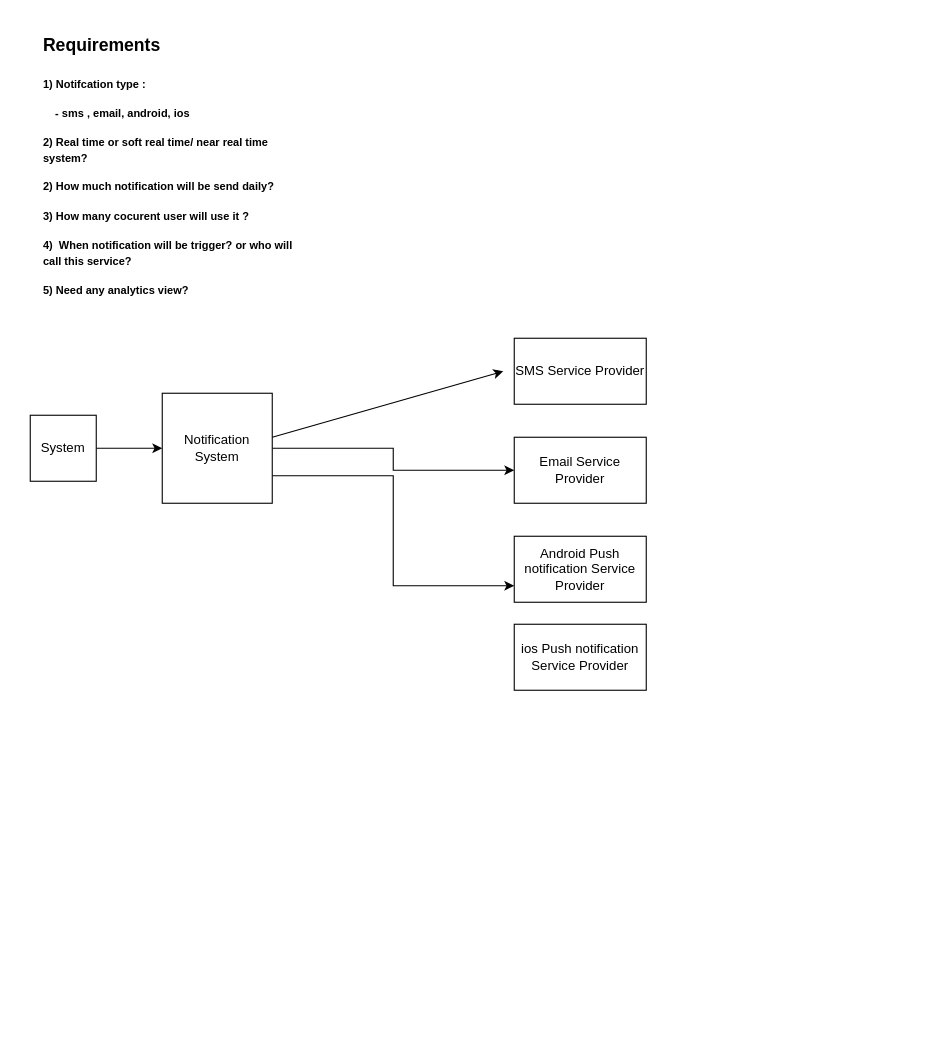
Above: Design a Notification Service.drawio in bappimazumder/system-design (draw.io), before the change. Source tidied: cells renumbered, new cells numbered last; positions are measured from the earlier drawing's top-left corner, leaving out a move shared by most shapes. Both pictures are drawn from the tidied source at 110%, with x=0, y=0 at pixel (30, 19).
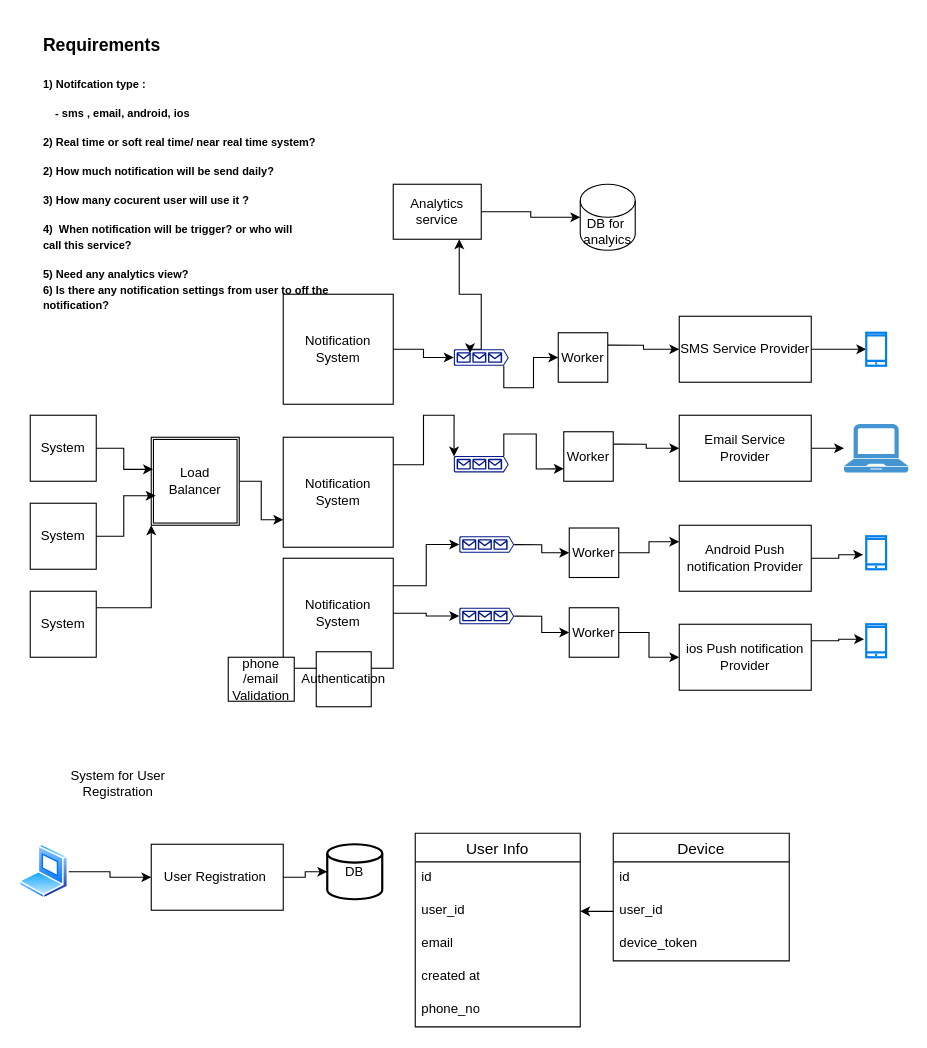
The same diagram, later.

Unchanged cells that the change refers to:
```xml
<mxCell id="3" value="System" style="whiteSpace=wrap;html=1;" parent="1" vertex="1">
  <mxGeometry y="360" width="60" height="60" as="geometry" />
</mxCell>
```

What changed in the source:
```diff
@@
-    <mxCell id="2" style="edgeStyle=orthogonalEdgeStyle;rounded=0;jettySize=auto;html=1;exitX=1;exitY=0.5;exitDx=0;exitDy=0;entryX=0;entryY=0.5;entryDx=0;entryDy=0;" parent="1" edge="1" source="3" target="6">
-      <mxGeometry relative="1" as="geometry" />
-    </mxCell>
@@
-    <mxCell id="4" style="edgeStyle=orthogonalEdgeStyle;rounded=0;jettySize=auto;html=1;entryX=0;entryY=0.5;entryDx=0;entryDy=0;" parent="1" edge="1" source="6" target="9">
-      <mxGeometry relative="1" as="geometry" />
-    </mxCell>
-    <mxCell id="5" style="edgeStyle=orthogonalEdgeStyle;rounded=0;jettySize=auto;html=1;exitX=1;exitY=0.75;exitDx=0;exitDy=0;entryX=0;entryY=0.75;entryDx=0;entryDy=0;" parent="1" edge="1" source="6" target="8">
-      <mxGeometry relative="1" as="geometry" />
-    </mxCell>
     <mxCell id="6" value="Notification System" style="whiteSpace=wrap;html=1;" parent="1" vertex="1">
-      <mxGeometry x="120" y="340" width="100" height="100" as="geometry" />
+      <mxGeometry x="230" y="380" width="100" height="100" as="geometry" />
     </mxCell>
+    <mxCell id="13" style="edgeStyle=orthogonalEdgeStyle;rounded=0;jettySize=auto;html=1;exitX=1;exitY=0.5;exitDx=0;exitDy=0;" parent="1" edge="1" source="7" target="15">
+      <mxGeometry relative="1" as="geometry" />
+    </mxCell>
     <mxCell id="7" value="SMS Service Provider" style="rounded=0;whiteSpace=wrap;html=1;" parent="1" vertex="1">
-      <mxGeometry x="440" y="290" width="120" height="60" as="geometry" />
+      <mxGeometry x="590" y="270" width="120" height="60" as="geometry" />
     </mxCell>
-    <mxCell id="8" value="Android Push notification Service Provider" style="rounded=0;whiteSpace=wrap;html=1;" parent="1" vertex="1">
-      <mxGeometry x="440" y="470" width="120" height="60" as="geometry" />
+    <mxCell id="8" value="Android Push notification Provider" style="rounded=0;whiteSpace=wrap;html=1;" parent="1" vertex="1">
+      <mxGeometry x="590" y="460" width="120" height="60" as="geometry" />
     </mxCell>
+    <mxCell id="14" style="edgeStyle=orthogonalEdgeStyle;rounded=0;jettySize=auto;html=1;exitX=1;exitY=0.5;exitDx=0;exitDy=0;" parent="1" edge="1" source="9" target="16">
+      <mxGeometry relative="1" as="geometry" />
+    </mxCell>
     <mxCell id="9" value="Email Service Provider" style="rounded=0;whiteSpace=wrap;html=1;" parent="1" vertex="1">
-      <mxGeometry x="440" y="380" width="120" height="60" as="geometry" />
+      <mxGeometry x="590" y="360" width="120" height="60" as="geometry" />
     </mxCell>
-    <mxCell id="10" value="ios Push notification Service Provider" style="rounded=0;whiteSpace=wrap;html=1;" parent="1" vertex="1">
-      <mxGeometry x="440" y="550" width="120" height="60" as="geometry" />
+    <mxCell id="10" value="ios Push notification Provider" style="rounded=0;whiteSpace=wrap;html=1;" parent="1" vertex="1">
+      <mxGeometry x="590" y="550" width="120" height="60" as="geometry" />
     </mxCell>
-    <mxCell id="11" value="&lt;h1 style=&quot;margin-top: 0px;&quot;&gt;&lt;font style=&quot;font-size: 16px;&quot;&gt;Requirements&lt;/font&gt;&lt;/h1&gt;&lt;p&gt;&lt;font style=&quot;font-size: 10px;&quot;&gt;&lt;b&gt;1) Notifcation type :&amp;nbsp;&lt;/b&gt;&lt;/font&gt;&lt;/p&gt;&lt;p&gt;&lt;font style=&quot;font-size: 10px;&quot;&gt;&lt;b&gt;&amp;nbsp; &amp;nbsp; - sms , email, android, ios&amp;nbsp;&lt;/b&gt;&lt;/font&gt;&lt;/p&gt;&lt;p&gt;&lt;font style=&quot;font-size: 10px;&quot;&gt;&lt;b&gt;2) Real time or soft real time/ near real time system?&lt;/b&gt;&lt;/font&gt;&lt;/p&gt;&lt;p&gt;&lt;font style=&quot;font-size: 10px;&quot;&gt;&lt;b&gt;2) How much notification will be send daily?&amp;nbsp;&lt;/b&gt;&lt;/font&gt;&lt;/p&gt;&lt;p&gt;&lt;font style=&quot;font-size: 10px;&quot;&gt;&lt;b&gt;3) How many cocurent user will use it ?&amp;nbsp;&lt;/b&gt;&lt;/font&gt;&lt;/p&gt;&lt;p&gt;&lt;font style=&quot;font-size: 10px;&quot;&gt;&lt;b&gt;4)&amp;nbsp; When notification will be trigger? or who will&amp;nbsp;&lt;br&gt;call this service?&amp;nbsp;&lt;/b&gt;&lt;/font&gt;&lt;/p&gt;&lt;p&gt;&lt;font style=&quot;font-size: 10px;&quot;&gt;&lt;b&gt;5) Need any analytics view?&amp;nbsp;&lt;/b&gt;&lt;/font&gt;&lt;/p&gt;" style="text;html=1;whiteSpace=wrap;overflow=hidden;rounded=0;" parent="1" vertex="1">
-      <mxGeometry x="10" width="240" height="260" as="geometry" />
+    <mxCell id="11" value="&lt;h1 style=&quot;margin-top: 0px;&quot;&gt;&lt;font style=&quot;font-size: 16px;&quot;&gt;Requirements&lt;/font&gt;&lt;/h1&gt;&lt;p&gt;&lt;font style=&quot;font-size: 10px;&quot;&gt;&lt;b&gt;1) Notifcation type :&amp;nbsp;&lt;/b&gt;&lt;/font&gt;&lt;/p&gt;&lt;p&gt;&lt;font style=&quot;font-size: 10px;&quot;&gt;&lt;b&gt;&amp;nbsp; &amp;nbsp; - sms , email, android, ios&amp;nbsp;&lt;/b&gt;&lt;/font&gt;&lt;/p&gt;&lt;p&gt;&lt;font style=&quot;font-size: 10px;&quot;&gt;&lt;b&gt;2) Real time or soft real time/ near real time system?&lt;/b&gt;&lt;/font&gt;&lt;/p&gt;&lt;p&gt;&lt;font style=&quot;font-size: 10px;&quot;&gt;&lt;b&gt;2) How much notification will be send daily?&amp;nbsp;&lt;/b&gt;&lt;/font&gt;&lt;/p&gt;&lt;p&gt;&lt;font style=&quot;font-size: 10px;&quot;&gt;&lt;b&gt;3) How many cocurent user will use it ?&amp;nbsp;&lt;/b&gt;&lt;/font&gt;&lt;/p&gt;&lt;p&gt;&lt;font style=&quot;font-size: 10px;&quot;&gt;&lt;b&gt;4)&amp;nbsp; When notification will be trigger? or who will&amp;nbsp;&lt;br&gt;call this service?&amp;nbsp;&lt;/b&gt;&lt;/font&gt;&lt;/p&gt;&lt;p&gt;&lt;font style=&quot;font-size: 10px;&quot;&gt;&lt;b&gt;5) Need any analytics view?&amp;nbsp;&lt;br&gt;6) Is there any notification settings from user to off the&amp;nbsp;&lt;br&gt;notification?&lt;/b&gt;&lt;/font&gt;&lt;/p&gt;" style="text;html=1;whiteSpace=wrap;overflow=hidden;rounded=0;" parent="1" vertex="1">
+      <mxGeometry x="10" width="270" height="300" as="geometry" />
     </mxCell>
-    <mxCell id="12" style="endArrow=classic;html=1;rounded=0;" parent="1" edge="1">
-      <mxGeometry relative="1" as="geometry">
-        <mxPoint x="220" y="380" as="sourcePoint" />
-        <mxPoint x="430" y="320" as="targetPoint" />
-      </mxGeometry>
-    </mxCell>
+    <mxCell id="15" style="html=1;verticalLabelPosition=bottom;align=center;labelBackgroundColor=#ffffff;verticalAlign=top;strokeWidth=2;strokeColor=#0080F0;shadow=0;dashed=0;shape=mxgraph.ios7.icons.smartphone;" parent="1" vertex="1">
+      <mxGeometry x="760" y="285" width="18" height="30" as="geometry" />
+    </mxCell>
+    <mxCell id="16" style="shadow=0;dashed=0;html=1;strokeColor=none;fillColor=#4495D1;labelPosition=center;verticalLabelPosition=bottom;verticalAlign=top;align=center;outlineConnect=0;shape=mxgraph.veeam.laptop;" parent="1" vertex="1">
+      <mxGeometry x="739.8" y="368" width="58.4" height="44" as="geometry" />
+    </mxCell>
+    <mxCell id="17" style="html=1;verticalLabelPosition=bottom;align=center;labelBackgroundColor=#ffffff;verticalAlign=top;strokeWidth=2;strokeColor=#0080F0;shadow=0;dashed=0;shape=mxgraph.ios7.icons.smartphone;" parent="1" vertex="1">
+      <mxGeometry x="760" y="470" width="18" height="30" as="geometry" />
+    </mxCell>
+    <mxCell id="18" style="html=1;verticalLabelPosition=bottom;align=center;labelBackgroundColor=#ffffff;verticalAlign=top;strokeWidth=2;strokeColor=#0080F0;shadow=0;dashed=0;shape=mxgraph.ios7.icons.smartphone;" parent="1" vertex="1">
+      <mxGeometry x="760" y="550" width="18" height="30" as="geometry" />
+    </mxCell>
+    <mxCell id="19" style="edgeStyle=orthogonalEdgeStyle;rounded=0;jettySize=auto;html=1;exitX=1;exitY=0.5;exitDx=0;exitDy=0;entryX=-0.156;entryY=0.56;entryDx=0;entryDy=0;entryPerimeter=0;" parent="1" edge="1" source="8" target="17">
+      <mxGeometry relative="1" as="geometry" />
+    </mxCell>
+    <mxCell id="20" style="edgeStyle=orthogonalEdgeStyle;rounded=0;jettySize=auto;html=1;exitX=1;exitY=0.25;exitDx=0;exitDy=0;entryX=-0.111;entryY=0.453;entryDx=0;entryDy=0;entryPerimeter=0;" parent="1" edge="1" source="10" target="18">
+      <mxGeometry relative="1" as="geometry" />
+    </mxCell>
+    <mxCell id="21" value="System" style="whiteSpace=wrap;html=1;" parent="1" vertex="1">
+      <mxGeometry y="440" width="60" height="60" as="geometry" />
+    </mxCell>
+    <mxCell id="22" style="edgeStyle=orthogonalEdgeStyle;rounded=0;jettySize=auto;html=1;exitX=1;exitY=0.25;exitDx=0;exitDy=0;entryX=0;entryY=1;entryDx=0;entryDy=0;" parent="1" edge="1" source="23" target="40">
+      <mxGeometry relative="1" as="geometry" />
+    </mxCell>
+    <mxCell id="23" value="System" style="whiteSpace=wrap;html=1;" parent="1" vertex="1">
+      <mxGeometry y="520" width="60" height="60" as="geometry" />
+    </mxCell>
+    <mxCell id="24" value="User Registration&amp;nbsp;" style="rounded=0;whiteSpace=wrap;html=1;" parent="1" vertex="1">
+      <mxGeometry x="110" y="750" width="120" height="60" as="geometry" />
+    </mxCell>
+    <mxCell id="25" style="edgeStyle=orthogonalEdgeStyle;rounded=0;jettySize=auto;html=1;entryX=0;entryY=0.5;entryDx=0;entryDy=0;" parent="1" edge="1" source="26" target="24">
+      <mxGeometry relative="1" as="geometry" />
+    </mxCell>
+    <mxCell id="26" style="image;perimeter=ellipsePerimeter;html=1;align=center;shadow=0;dashed=0;spacingTop=3;image=img/lib/active_directory/laptop_client.svg;" parent="1" vertex="1">
+      <mxGeometry x="-10" y="750" width="45" height="50" as="geometry" />
+    </mxCell>
+    <mxCell id="27" value="DB" style="strokeWidth=2;html=1;shape=mxgraph.flowchart.database;whiteSpace=wrap;" parent="1" vertex="1">
+      <mxGeometry x="270" y="750" width="50" height="50" as="geometry" />
+    </mxCell>
+    <mxCell id="28" style="edgeStyle=orthogonalEdgeStyle;rounded=0;jettySize=auto;html=1;exitX=1;exitY=0.5;exitDx=0;exitDy=0;entryX=0;entryY=0.5;entryDx=0;entryDy=0;entryPerimeter=0;" parent="1" edge="1" source="24" target="27">
+      <mxGeometry relative="1" as="geometry" />
+    </mxCell>
+    <mxCell id="29" value="User Info" style="swimlane;fontStyle=0;horizontal=1;startSize=26;align=center;fontSize=14;" parent="1" vertex="1">
+      <mxGeometry x="350" y="740" width="150" height="176" as="geometry" />
+    </mxCell>
+    <mxCell id="30" value="id&amp;nbsp;" style="text;strokeColor=none;fillColor=none;spacingLeft=4;spacingRight=4;overflow=hidden;fontSize=12;whiteSpace=wrap;html=1;" parent="29" vertex="1">
+      <mxGeometry y="26" width="150" height="30" as="geometry" />
+    </mxCell>
+    <mxCell id="31" value="user_id" style="text;strokeColor=none;fillColor=none;spacingLeft=4;spacingRight=4;overflow=hidden;points=[[0,0.5],[1,0.5]];portConstraint=eastwest;fontSize=12;whiteSpace=wrap;html=1;" parent="29" vertex="1">
+      <mxGeometry y="56" width="150" height="30" as="geometry" />
+    </mxCell>
+    <mxCell id="32" value="email" style="text;strokeColor=none;fillColor=none;spacingLeft=4;spacingRight=4;overflow=hidden;fontSize=12;whiteSpace=wrap;html=1;" parent="29" vertex="1">
+      <mxGeometry y="86" width="150" height="30" as="geometry" />
+    </mxCell>
+    <mxCell id="33" value="created at" style="text;strokeColor=none;fillColor=none;spacingLeft=4;spacingRight=4;overflow=hidden;fontSize=12;whiteSpace=wrap;html=1;" parent="29" vertex="1">
+      <mxGeometry y="116" width="150" height="30" as="geometry" />
+    </mxCell>
+    <mxCell id="34" value="phone_no" style="text;strokeColor=none;fillColor=none;spacingLeft=4;spacingRight=4;overflow=hidden;fontSize=12;whiteSpace=wrap;html=1;" parent="29" vertex="1">
+      <mxGeometry y="146" width="150" height="30" as="geometry" />
+    </mxCell>
+    <mxCell id="35" value="Device" style="swimlane;fontStyle=0;horizontal=1;startSize=26;align=center;fontSize=14;" parent="1" vertex="1">
+      <mxGeometry x="530" y="740" width="160" height="116" as="geometry" />
+    </mxCell>
+    <mxCell id="36" value="id" style="text;strokeColor=none;fillColor=none;spacingLeft=4;spacingRight=4;overflow=hidden;fontSize=12;whiteSpace=wrap;html=1;" parent="35" vertex="1">
+      <mxGeometry y="26" width="160" height="30" as="geometry" />
+    </mxCell>
+    <mxCell id="37" value="user_id" style="text;strokeColor=none;fillColor=none;spacingLeft=4;spacingRight=4;overflow=hidden;points=[[0,0.5],[1,0.5]];portConstraint=eastwest;fontSize=12;whiteSpace=wrap;html=1;" parent="35" vertex="1">
+      <mxGeometry y="56" width="160" height="30" as="geometry" />
+    </mxCell>
+    <mxCell id="38" value="device_token" style="text;strokeColor=none;fillColor=none;spacingLeft=4;spacingRight=4;overflow=hidden;fontSize=12;whiteSpace=wrap;html=1;" parent="35" vertex="1">
+      <mxGeometry y="86" width="160" height="30" as="geometry" />
+    </mxCell>
+    <mxCell id="39" style="edgeStyle=orthogonalEdgeStyle;rounded=0;jettySize=auto;html=1;exitX=1;exitY=0.5;exitDx=0;exitDy=0;entryX=0;entryY=0.75;entryDx=0;entryDy=0;" parent="1" edge="1" source="40" target="6">
+      <mxGeometry relative="1" as="geometry" />
+    </mxCell>
+    <mxCell id="40" value="Load Balancer" style="shape=ext;double=1;whiteSpace=wrap;html=1;" parent="1" vertex="1">
+      <mxGeometry x="110" y="380" width="80" height="80" as="geometry" />
+    </mxCell>
+    <mxCell id="41" style="edgeStyle=orthogonalEdgeStyle;rounded=0;jettySize=auto;html=1;exitX=1;exitY=0.5;exitDx=0;exitDy=0;entryX=0.02;entryY=0.365;entryDx=0;entryDy=0;entryPerimeter=0;" parent="1" edge="1" source="3" target="40">
+      <mxGeometry relative="1" as="geometry" />
+    </mxCell>
+    <mxCell id="42" style="edgeStyle=orthogonalEdgeStyle;rounded=0;jettySize=auto;html=1;exitX=1;exitY=0.5;exitDx=0;exitDy=0;entryX=0.05;entryY=0.665;entryDx=0;entryDy=0;entryPerimeter=0;" parent="1" edge="1" source="21" target="40">
+      <mxGeometry relative="1" as="geometry" />
+    </mxCell>
+    <mxCell id="43" style="edgeStyle=orthogonalEdgeStyle;rounded=0;jettySize=auto;html=1;exitX=1;exitY=0.5;exitDx=0;exitDy=0;" parent="1" edge="1" source="73" target="69">
+      <mxGeometry relative="1" as="geometry" />
+    </mxCell>
+    <mxCell id="44" value="Notification System" style="whiteSpace=wrap;html=1;" parent="1" vertex="1">
+      <mxGeometry x="230" y="250" width="100" height="100" as="geometry" />
+    </mxCell>
+    <mxCell id="45" value="Notification System" style="whiteSpace=wrap;html=1;" parent="1" vertex="1">
+      <mxGeometry x="230" y="490" width="100" height="100" as="geometry" />
+    </mxCell>
+    <mxCell id="46" style="edgeStyle=orthogonalEdgeStyle;rounded=0;jettySize=auto;html=1;exitX=0.91;exitY=1;exitDx=0;exitDy=0;exitPerimeter=0;" parent="1" edge="1" source="48" target="61">
+      <mxGeometry relative="1" as="geometry" />
+    </mxCell>
+    <mxCell id="47" style="edgeStyle=orthogonalEdgeStyle;rounded=0;jettySize=auto;html=1;entryX=0.75;entryY=1;entryDx=0;entryDy=0;" parent="1" edge="1" source="48" target="73">
+      <mxGeometry relative="1" as="geometry" />
+    </mxCell>
+    <mxCell id="48" style="sketch=0;shadow=0;dashed=0;html=1;strokeColor=none;labelPosition=center;verticalLabelPosition=bottom;verticalAlign=top;align=center;fillColor=#00188D;shape=mxgraph.azure.queue_generic;" parent="1" vertex="1">
+      <mxGeometry x="385" y="300" width="50" height="15" as="geometry" />
+    </mxCell>
+    <mxCell id="49" style="edgeStyle=orthogonalEdgeStyle;rounded=0;jettySize=auto;html=1;exitX=0.91;exitY=0;exitDx=0;exitDy=0;exitPerimeter=0;entryX=0;entryY=0.75;entryDx=0;entryDy=0;" parent="1" edge="1" source="50" target="63">
+      <mxGeometry relative="1" as="geometry" />
+    </mxCell>
+    <mxCell id="50" style="sketch=0;shadow=0;dashed=0;html=1;strokeColor=none;labelPosition=center;verticalLabelPosition=bottom;verticalAlign=top;align=center;fillColor=#00188D;shape=mxgraph.azure.queue_generic;" parent="1" vertex="1">
+      <mxGeometry x="385" y="397" width="50" height="15" as="geometry" />
+    </mxCell>
+    <mxCell id="51" style="edgeStyle=orthogonalEdgeStyle;rounded=0;jettySize=auto;html=1;exitX=1;exitY=0.51;exitDx=0;exitDy=0;exitPerimeter=0;" parent="1" edge="1" source="52" target="65">
+      <mxGeometry relative="1" as="geometry" />
+    </mxCell>
+    <mxCell id="52" style="sketch=0;shadow=0;dashed=0;html=1;strokeColor=none;labelPosition=center;verticalLabelPosition=bottom;verticalAlign=top;align=center;fillColor=#00188D;shape=mxgraph.azure.queue_generic;" parent="1" vertex="1">
+      <mxGeometry x="390" y="470" width="50" height="15" as="geometry" />
+    </mxCell>
+    <mxCell id="53" style="edgeStyle=orthogonalEdgeStyle;rounded=0;orthogonalLoop=1;jettySize=auto;html=1;exitX=0.5;exitY=0;exitDx=0;exitDy=0;exitPerimeter=0;entryX=0.296;entryY=0.24;entryDx=0;entryDy=0;entryPerimeter=0;" parent="1" edge="1" source="48" target="48">
+      <mxGeometry relative="1" as="geometry" />
+    </mxCell>
+    <mxCell id="54" style="edgeStyle=orthogonalEdgeStyle;rounded=0;jettySize=auto;html=1;exitX=1;exitY=0.51;exitDx=0;exitDy=0;exitPerimeter=0;" parent="1" edge="1" source="55" target="67">
+      <mxGeometry relative="1" as="geometry" />
+    </mxCell>
+    <mxCell id="55" style="sketch=0;shadow=0;dashed=0;html=1;strokeColor=none;labelPosition=center;verticalLabelPosition=bottom;verticalAlign=top;align=center;fillColor=#00188D;shape=mxgraph.azure.queue_generic;" parent="1" vertex="1">
+      <mxGeometry x="390" y="535" width="50" height="15" as="geometry" />
+    </mxCell>
+    <mxCell id="56" style="edgeStyle=orthogonalEdgeStyle;rounded=0;jettySize=auto;html=1;exitX=1;exitY=0.5;exitDx=0;exitDy=0;entryX=0;entryY=0.5;entryDx=0;entryDy=0;entryPerimeter=0;" parent="1" edge="1" source="44" target="48">
+      <mxGeometry relative="1" as="geometry" />
+    </mxCell>
+    <mxCell id="57" style="edgeStyle=orthogonalEdgeStyle;rounded=0;jettySize=auto;html=1;exitX=1;exitY=0.25;exitDx=0;exitDy=0;entryX=0.005;entryY=0.03;entryDx=0;entryDy=0;entryPerimeter=0;" parent="1" edge="1" source="6" target="50">
+      <mxGeometry relative="1" as="geometry" />
+    </mxCell>
+    <mxCell id="58" style="edgeStyle=orthogonalEdgeStyle;rounded=0;jettySize=auto;html=1;exitX=1;exitY=0.25;exitDx=0;exitDy=0;entryX=0;entryY=0.5;entryDx=0;entryDy=0;entryPerimeter=0;" parent="1" edge="1" source="45" target="52">
+      <mxGeometry relative="1" as="geometry" />
+    </mxCell>
+    <mxCell id="59" style="edgeStyle=orthogonalEdgeStyle;rounded=0;jettySize=auto;html=1;exitX=1;exitY=0.5;exitDx=0;exitDy=0;entryX=0;entryY=0.5;entryDx=0;entryDy=0;entryPerimeter=0;" parent="1" edge="1" source="45" target="55">
+      <mxGeometry relative="1" as="geometry" />
+    </mxCell>
+    <mxCell id="60" style="edgeStyle=orthogonalEdgeStyle;rounded=0;jettySize=auto;html=1;exitX=1;exitY=0.25;exitDx=0;exitDy=0;entryX=0;entryY=0.5;entryDx=0;entryDy=0;" parent="1" edge="1" source="61" target="7">
+      <mxGeometry relative="1" as="geometry" />
+    </mxCell>
+    <mxCell id="61" value="Worker" style="whiteSpace=wrap;html=1;" parent="1" vertex="1">
+      <mxGeometry x="480" y="285" width="45" height="45" as="geometry" />
+    </mxCell>
+    <mxCell id="62" style="edgeStyle=orthogonalEdgeStyle;rounded=0;jettySize=auto;html=1;exitX=1;exitY=0.25;exitDx=0;exitDy=0;" parent="1" edge="1" source="63" target="9">
+      <mxGeometry relative="1" as="geometry" />
+    </mxCell>
+    <mxCell id="63" value="Worker" style="whiteSpace=wrap;html=1;" parent="1" vertex="1">
+      <mxGeometry x="485" y="375" width="45" height="45" as="geometry" />
+    </mxCell>
+    <mxCell id="64" style="edgeStyle=orthogonalEdgeStyle;rounded=0;jettySize=auto;html=1;exitX=1;exitY=0.5;exitDx=0;exitDy=0;entryX=0;entryY=0.25;entryDx=0;entryDy=0;" parent="1" edge="1" source="65" target="8">
+      <mxGeometry relative="1" as="geometry" />
+    </mxCell>
+    <mxCell id="65" value="Worker" style="whiteSpace=wrap;html=1;" parent="1" vertex="1">
+      <mxGeometry x="490" y="462.5" width="45" height="45" as="geometry" />
+    </mxCell>
+    <mxCell id="66" style="edgeStyle=orthogonalEdgeStyle;rounded=0;jettySize=auto;html=1;exitX=1;exitY=0.5;exitDx=0;exitDy=0;" parent="1" edge="1" source="67" target="10">
+      <mxGeometry relative="1" as="geometry" />
+    </mxCell>
+    <mxCell id="67" value="Worker" style="whiteSpace=wrap;html=1;" parent="1" vertex="1">
+      <mxGeometry x="490" y="535" width="45" height="45" as="geometry" />
+    </mxCell>
+    <mxCell id="68" value="System for User Registration" style="text;html=1;whiteSpace=wrap;strokeColor=none;fillColor=none;align=center;verticalAlign=middle;rounded=0;" parent="1" vertex="1">
+      <mxGeometry x="10" y="680" width="140" height="30" as="geometry" />
+    </mxCell>
+    <mxCell id="69" value="DB for&amp;nbsp;&lt;br&gt;analyics" style="shape=cylinder3;whiteSpace=wrap;html=1;boundedLbl=1;backgroundOutline=1;size=15;" parent="1" vertex="1">
+      <mxGeometry x="500" y="150" width="50" height="60" as="geometry" />
+    </mxCell>
+    <mxCell id="70" style="edgeStyle=orthogonalEdgeStyle;rounded=0;jettySize=auto;html=1;entryX=1;entryY=0.5;entryDx=0;entryDy=0;" parent="1" edge="1" source="37" target="31">
+      <mxGeometry relative="1" as="geometry" />
+    </mxCell>
+    <mxCell id="71" value="phone /email Validation" style="rounded=0;whiteSpace=wrap;html=1;" parent="1" vertex="1">
+      <mxGeometry x="180" y="580" width="60" height="40" as="geometry" />
+    </mxCell>
+    <mxCell id="72" value="Authentication" style="whiteSpace=wrap;html=1;" parent="1" vertex="1">
+      <mxGeometry x="260" y="575" width="50" height="50" as="geometry" />
+    </mxCell>
+    <mxCell id="73" value="Analytics service" style="rounded=0;whiteSpace=wrap;html=1;" parent="1" vertex="1">
+      <mxGeometry x="330" y="150" width="80" height="50" as="geometry" />
+    </mxCell>
```
